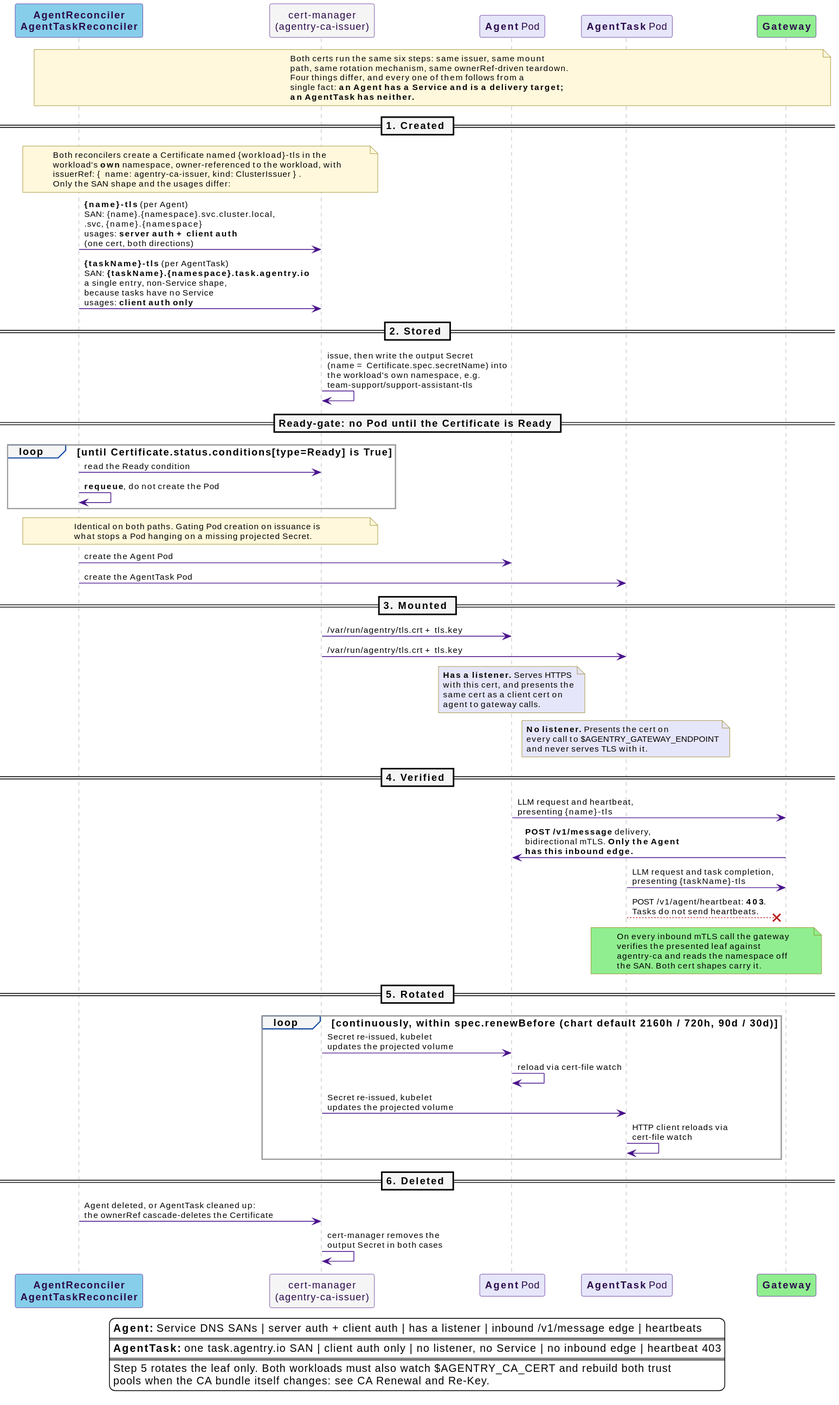
The PlantUML diagram docs/src/diagrams/cert-lifecycles.svg in win07xp/kaalm, before a commit.
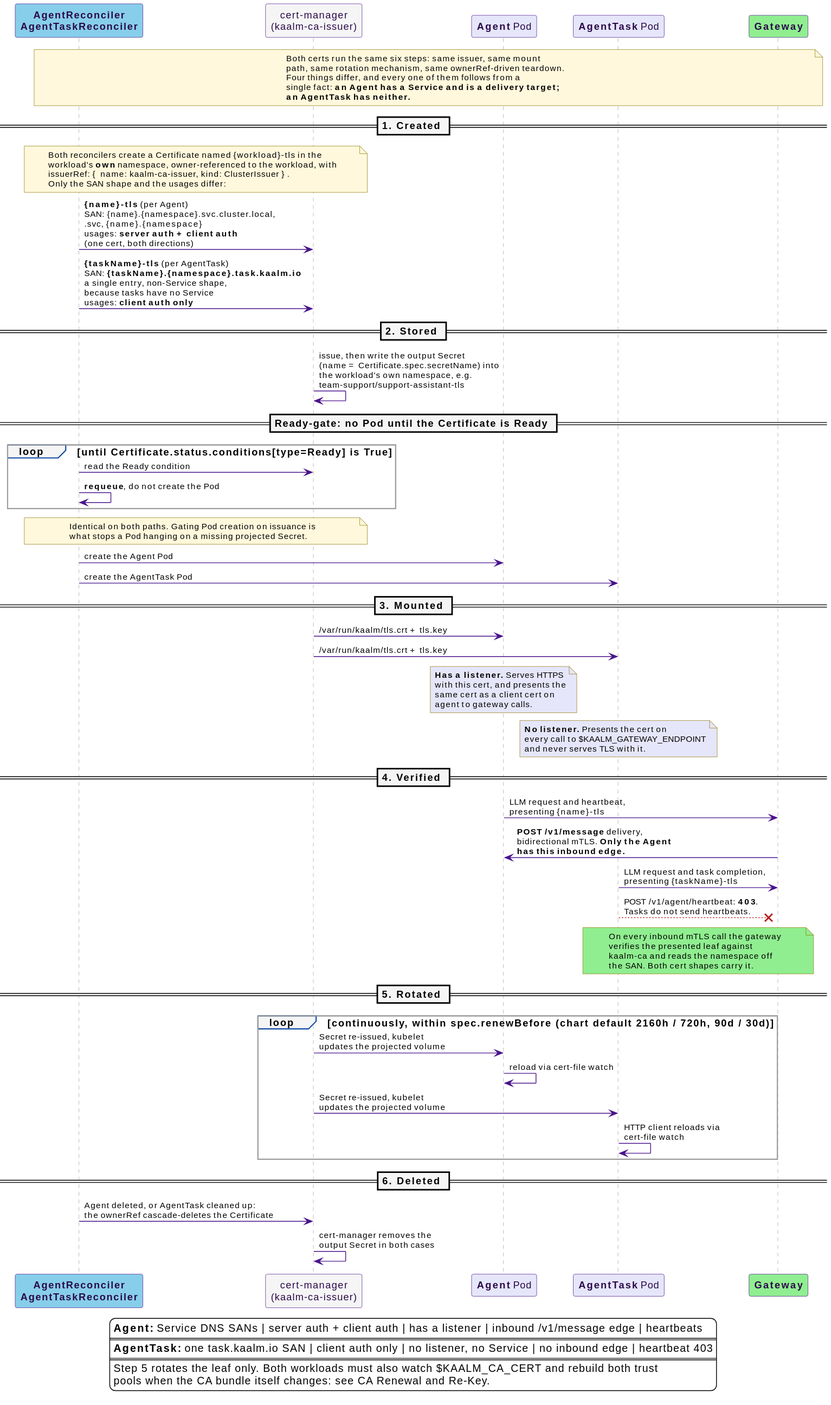
Above is the later version.

Change to the diagram source:
```diff
@@ -5,7 +5,7 @@
 skinparam maxMessageSize 340
 
 participant "**AgentReconciler**\n**AgentTaskReconciler**" as R #87CEEB
-participant "cert-manager\n(agentry-ca-issuer)" as CM #F5F5F5
+participant "cert-manager\n(kaalm-ca-issuer)" as CM #F5F5F5
 participant "**Agent** Pod" as AP #E6E6FA
 participant "**AgentTask** Pod" as TP #E6E6FA
 participant "**Gateway**" as GW #90EE90
@@ -23,11 +23,11 @@
 note over R, CM #FFF8DC
   Both reconcilers create a Certificate named {workload}-tls in the
   workload's **own** namespace, owner-referenced to the workload, with
-  issuerRef: { name: agentry-ca-issuer, kind: ClusterIssuer }.
+  issuerRef: { name: kaalm-ca-issuer, kind: ClusterIssuer }.
   Only the SAN shape and the usages differ:
 end note
 R -> CM : **{name}-tls** (per Agent)\nSAN: {name}.{namespace}.svc.cluster.local,\n.svc, {name}.{namespace}\nusages: **server auth + client auth**\n(one cert, both directions)
-R -> CM : **{taskName}-tls** (per AgentTask)\nSAN: **{taskName}.{namespace}.task.agentry.io**\na single entry, non-Service shape,\nbecause tasks have no Service\nusages: **client auth only**
+R -> CM : **{taskName}-tls** (per AgentTask)\nSAN: **{taskName}.{namespace}.task.kaalm.io**\na single entry, non-Service shape,\nbecause tasks have no Service\nusages: **client auth only**
 
 == 2. Stored ==
 
@@ -48,8 +48,8 @@
 
 == 3. Mounted ==
 
-CM -> AP : /var/run/agentry/tls.crt + tls.key
-CM -> TP : /var/run/agentry/tls.crt + tls.key
+CM -> AP : /var/run/kaalm/tls.crt + tls.key
+CM -> TP : /var/run/kaalm/tls.crt + tls.key
 note over AP #E6E6FA
   **Has a listener.** Serves HTTPS
   with this cert, and presents the
@@ -58,7 +58,7 @@
 end note
 note over TP #E6E6FA
   **No listener.** Presents the cert on
-  every call to $AGENTRY_GATEWAY_ENDPOINT
+  every call to $KAALM_GATEWAY_ENDPOINT
   and never serves TLS with it.
 end note
 
@@ -71,7 +71,7 @@
 note over TP, GW #90EE90
   On every inbound mTLS call the gateway
   verifies the presented leaf against
-  agentry-ca and reads the namespace off
+  kaalm-ca and reads the namespace off
   the SAN. Both cert shapes carry it.
 end note
 
@@ -92,9 +92,9 @@
 legend bottom
   **Agent:** Service DNS SANs | server auth + client auth | has a listener | inbound /v1/message edge | heartbeats
   ====
-  **AgentTask:** one task.agentry.io SAN | client auth only | no listener, no Service | no inbound edge | heartbeat 403
+  **AgentTask:** one task.kaalm.io SAN | client auth only | no listener, no Service | no inbound edge | heartbeat 403
   ====
-  Step 5 rotates the leaf only. Both workloads must also watch $AGENTRY_CA_CERT and rebuild both trust
+  Step 5 rotates the leaf only. Both workloads must also watch $KAALM_CA_CERT and rebuild both trust
   pools when the CA bundle itself changes: see CA Renewal and Re-Key.
 endlegend
 @enduml
```
